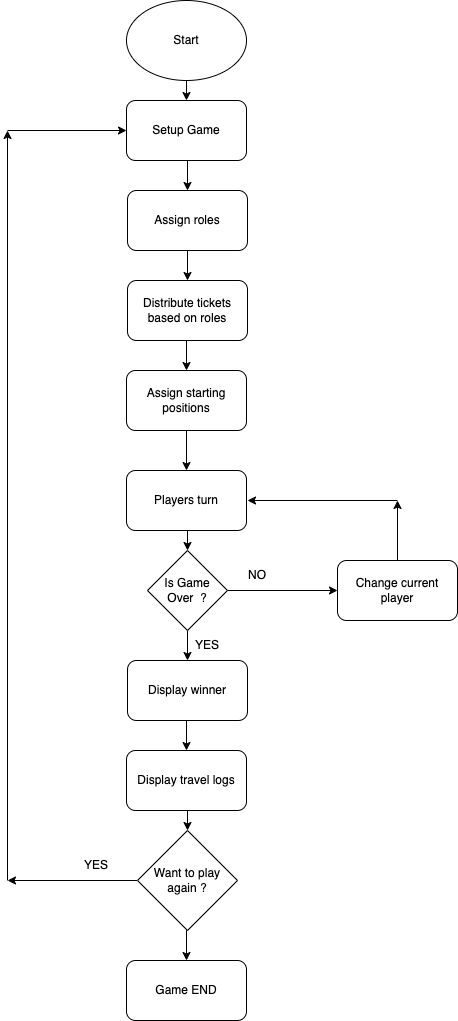
Earlier version of the draw.io export main.drawio.png (garimiddisuman/project). Source tidied: cells renumbered, new cells last; positions are measured from the earlier drawing's top-left corner, leaving out a move shared by most shapes.
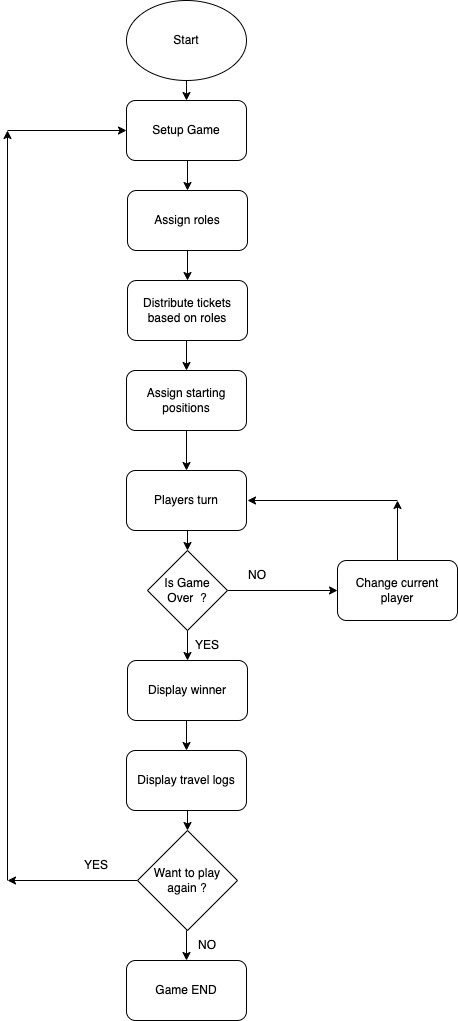
After the change.

Commit message:
adds no condition to want to play again decision

Change to the diagram source:
```diff
@@ -110,5 +110,8 @@
     <mxCell id="33" value="Game END" style="rounded=1;whiteSpace=wrap;html=1;" parent="1" vertex="1">
       <mxGeometry x="119" y="960" width="120" height="60" as="geometry" />
     </mxCell>
+    <mxCell id="34" value="NO" style="text;html=1;align=center;verticalAlign=middle;whiteSpace=wrap;rounded=0;" parent="1" vertex="1">
+      <mxGeometry x="170" y="930" width="60" height="30" as="geometry" />
+    </mxCell>
   </root>
 </mxGraphModel>
```
